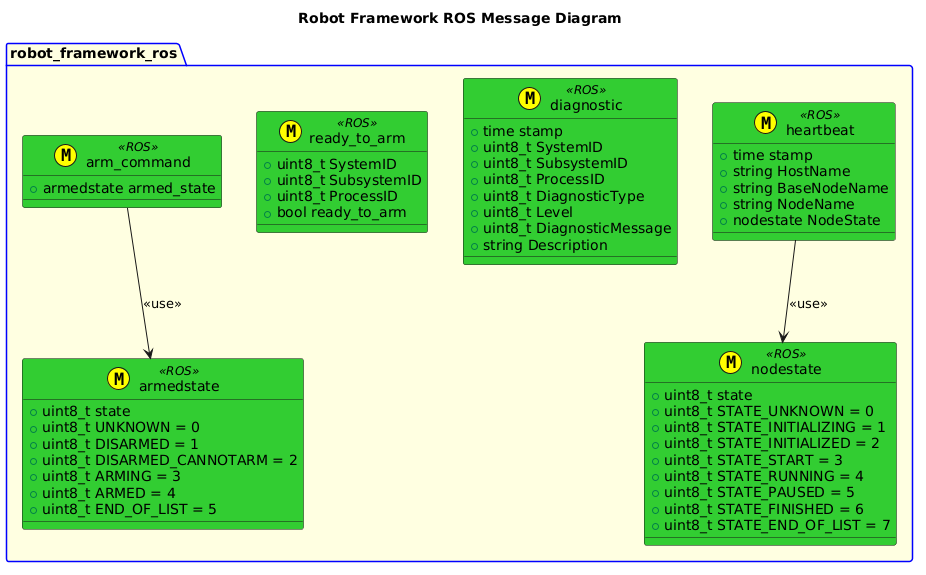
Above: msg/puml/RobotFrameworkROSMessageDiagram.png in fastrobotics/robot_framework_ros (PlantUML), before the change.
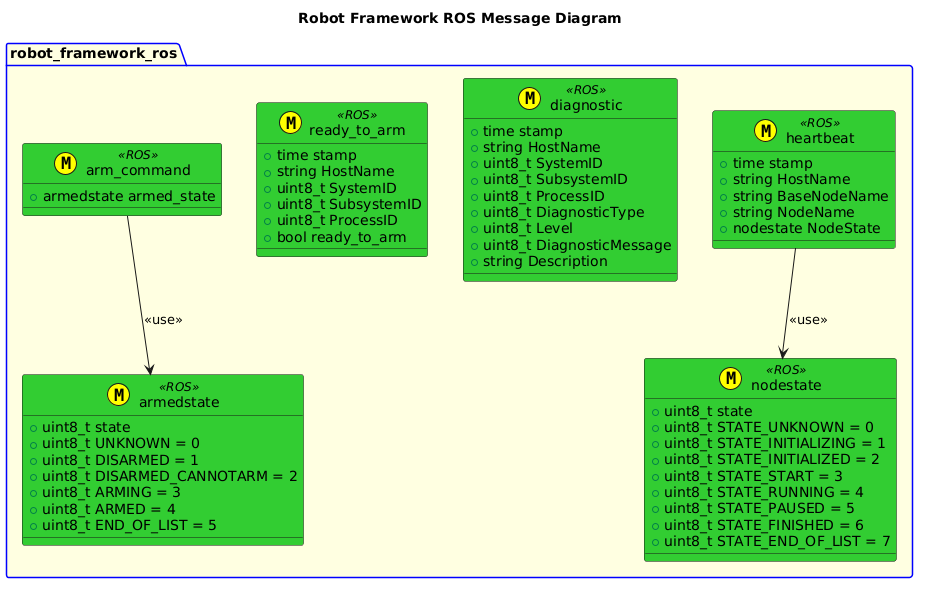
After the commit.

Diff of the diagram source:
```diff
@@ -31,6 +31,7 @@
     heartbeat --> nodestate: <<use>>
     class diagnostic <<(M,#FFFF00)>> <<ROS>> #LimeGreen {
         +time stamp
+        +string HostName
         +uint8_t SystemID
         +uint8_t SubsystemID
         +uint8_t ProcessID
@@ -41,6 +42,8 @@
 
     }
     class ready_to_arm <<(M,#FFFF00)>> <<ROS>> #LimeGreen {
+        +time stamp
+        +string HostName
         +uint8_t SystemID
         +uint8_t SubsystemID
         +uint8_t ProcessID
```
